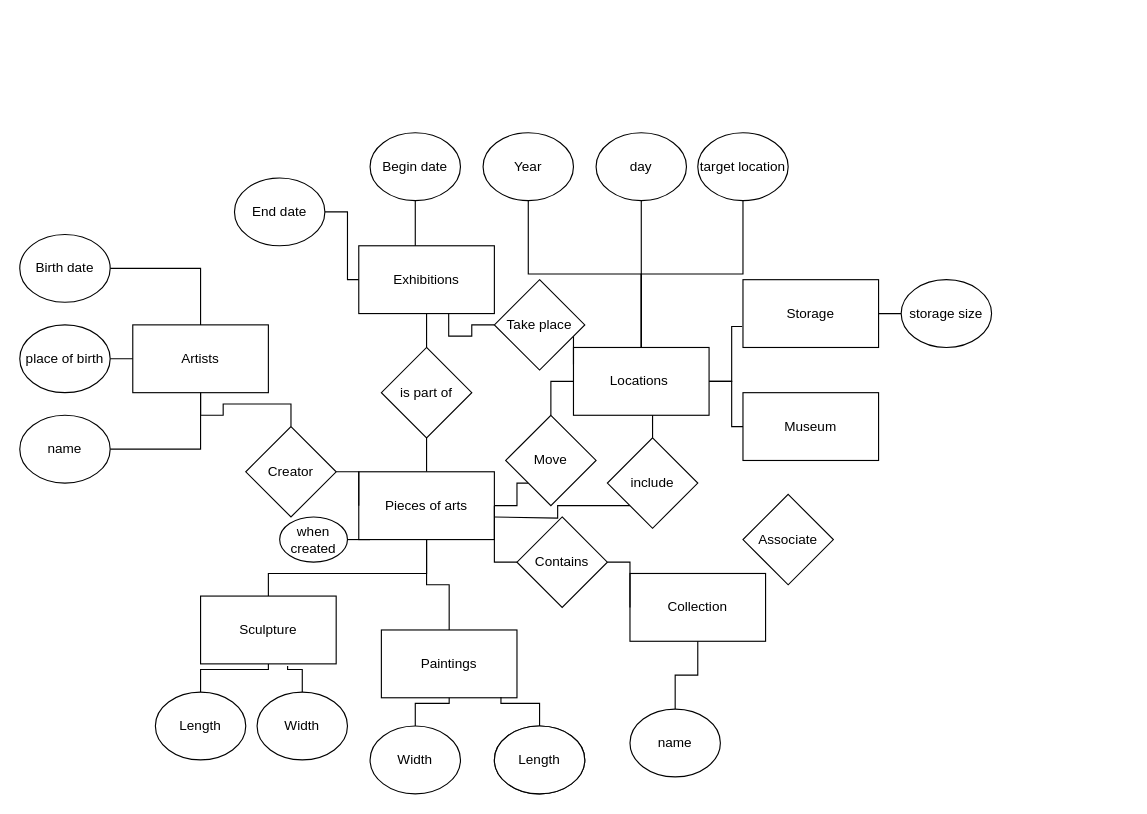
Above: arts.drawio in KhalyHackerman/databases_p1 (draw.io), before the change. Source tidied: cells renumbered, new cells numbered last; positions are measured from the earlier drawing's top-left corner, leaving out a move shared by most shapes. Both pictures are drawn from the tidied source at 113%, with x=0, y=0 at pixel (19, 132).
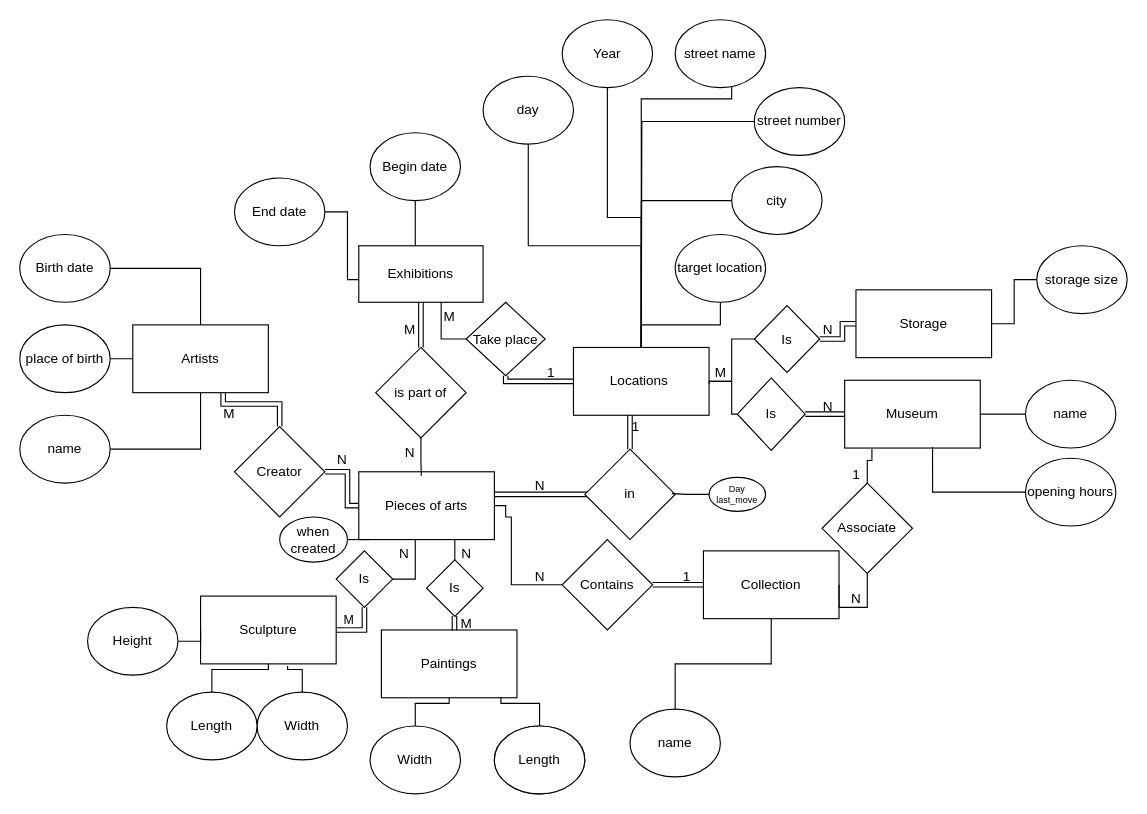
The same diagram, later.

Commit message:
Mettre à jour arts.drawio

Unchanged cells that the change refers to:
```xml
<mxCell id="5" value="Pieces of arts" style="rounded=0;whiteSpace=wrap;html=1;" parent="1" vertex="1">
  <mxGeometry x="300" y="300" width="120" height="60" as="geometry" />
</mxCell>
<mxCell id="6" value="Artists" style="rounded=0;whiteSpace=wrap;html=1;" parent="1" vertex="1">
  <mxGeometry x="100" y="170" width="120" height="60" as="geometry" />
</mxCell>
<mxCell id="10" value="Locations&amp;nbsp;" style="rounded=0;whiteSpace=wrap;html=1;" parent="1" vertex="1">
  <mxGeometry x="490" y="190" width="120" height="60" as="geometry" />
</mxCell>
<mxCell id="13" value="Paintings" style="whiteSpace=wrap;html=1;" parent="1" vertex="1">
  <mxGeometry x="320" y="440" width="120" height="60" as="geometry" />
</mxCell>
<mxCell id="15" value="Sculpture" style="whiteSpace=wrap;html=1;" parent="1" vertex="1">
  <mxGeometry x="160" y="410" width="120" height="60" as="geometry" />
</mxCell>
```

Change to the diagram source:
```diff
@@
-    <mxCell id="2" style="edgeStyle=orthogonalEdgeStyle;rounded=0;jettySize=auto;html=1;endArrow=none;startFill=0;" parent="1" edge="1" source="5" target="13">
-      <mxGeometry relative="1" as="geometry" />
-    </mxCell>
-    <mxCell id="3" style="edgeStyle=orthogonalEdgeStyle;rounded=0;jettySize=auto;html=1;entryX=0;entryY=1;entryDx=0;entryDy=0;endArrow=none;startFill=0;" parent="1" edge="1" source="5" target="24">
-      <mxGeometry relative="1" as="geometry" />
+    <mxCell id="3" style="edgeStyle=orthogonalEdgeStyle;rounded=0;orthogonalLoop=1;jettySize=auto;html=1;entryX=0;entryY=1;entryDx=0;entryDy=0;endArrow=none;startFill=0;shape=link;" parent="1" edge="1">
+      <mxGeometry relative="1" as="geometry">
+        <mxPoint x="420" y="320" as="sourcePoint" />
+        <mxPoint x="520" y="320" as="targetPoint" />
+      </mxGeometry>
     </mxCell>
-    <mxCell id="4" style="edgeStyle=orthogonalEdgeStyle;rounded=0;jettySize=auto;html=1;endArrow=none;startFill=0;" parent="1" edge="1" source="5" target="26">
-      <mxGeometry relative="1" as="geometry" />
-    </mxCell>
@@
     <mxCell id="7" value="Exhibitions" style="rounded=0;whiteSpace=wrap;html=1;" parent="1" vertex="1">
-      <mxGeometry x="300" y="100" width="120" height="60" as="geometry" />
+      <mxGeometry x="300" y="100" width="110" height="50" as="geometry" />
     </mxCell>
-    <mxCell id="8" style="edgeStyle=orthogonalEdgeStyle;rounded=0;jettySize=auto;html=1;entryX=-0.006;entryY=0.69;entryDx=0;entryDy=0;entryPerimeter=0;endArrow=none;startFill=0;" parent="1" edge="1" source="10" target="11">
-      <mxGeometry relative="1" as="geometry" />
-    </mxCell>
-    <mxCell id="9" style="edgeStyle=orthogonalEdgeStyle;rounded=0;jettySize=auto;html=1;endArrow=none;startFill=0;" parent="1" edge="1" source="10" target="12">
-      <mxGeometry relative="1" as="geometry" />
-    </mxCell>
@@
     <mxCell id="11" value="Storage" style="rounded=0;whiteSpace=wrap;html=1;" parent="1" vertex="1">
-      <mxGeometry x="640" y="130" width="120" height="60" as="geometry" />
+      <mxGeometry x="740" y="139" width="120" height="60" as="geometry" />
     </mxCell>
     <mxCell id="12" value="Museum" style="rounded=0;whiteSpace=wrap;html=1;" parent="1" vertex="1">
-      <mxGeometry x="640" y="230" width="120" height="60" as="geometry" />
+      <mxGeometry x="730" y="219" width="120" height="60" as="geometry" />
     </mxCell>
@@
-    <mxCell id="14" style="edgeStyle=orthogonalEdgeStyle;rounded=0;jettySize=auto;html=1;endArrow=none;startFill=0;" parent="1" edge="1" source="15">
-      <mxGeometry relative="1" as="geometry">
-        <mxPoint x="360" y="360" as="targetPoint" />
-        <Array as="points">
-          <mxPoint x="220" y="390" />
-          <mxPoint x="360" y="390" />
-          <mxPoint x="360" y="360" />
-        </Array>
-      </mxGeometry>
-    </mxCell>
@@
     <mxCell id="16" value="Collection" style="whiteSpace=wrap;html=1;" parent="1" vertex="1">
-      <mxGeometry x="540" y="390" width="120" height="60" as="geometry" />
+      <mxGeometry x="605" y="370" width="120" height="60" as="geometry" />
     </mxCell>
-    <mxCell id="17" style="edgeStyle=orthogonalEdgeStyle;rounded=0;jettySize=auto;html=1;endArrow=none;startFill=0;" parent="1" edge="1" source="19" target="6">
-      <mxGeometry relative="1" as="geometry" />
+    <mxCell id="17" style="edgeStyle=orthogonalEdgeStyle;rounded=0;jettySize=auto;html=1;endArrow=none;startFill=0;shape=link;" parent="1" edge="1" source="19" target="6">
+      <mxGeometry relative="1" as="geometry">
+        <Array as="points">
+          <mxPoint x="230" y="240" />
+          <mxPoint x="180" y="240" />
+        </Array>
+      </mxGeometry>
     </mxCell>
-    <mxCell id="18" style="edgeStyle=orthogonalEdgeStyle;rounded=0;jettySize=auto;html=1;endArrow=none;startFill=0;" parent="1" edge="1" source="19" target="5">
+    <mxCell id="18" style="edgeStyle=orthogonalEdgeStyle;rounded=0;jettySize=auto;html=1;endArrow=none;startFill=0;shape=link;" parent="1" edge="1" source="19" target="5">
       <mxGeometry relative="1" as="geometry" />
     </mxCell>
     <mxCell id="19" value="Creator" style="rhombus;whiteSpace=wrap;html=1;" parent="1" vertex="1">
-      <mxGeometry x="200" y="260" width="80" height="80" as="geometry" />
+      <mxGeometry x="190" y="260" width="80" height="80" as="geometry" />
     </mxCell>
-    <mxCell id="20" style="edgeStyle=orthogonalEdgeStyle;rounded=0;jettySize=auto;html=1;entryX=0;entryY=0.25;entryDx=0;entryDy=0;endArrow=none;startFill=0;" parent="1" edge="1" source="22" target="10">
+    <mxCell id="20" style="edgeStyle=orthogonalEdgeStyle;rounded=0;jettySize=auto;html=1;entryX=0;entryY=0.5;entryDx=0;entryDy=0;endArrow=none;startFill=0;exitX=0.5;exitY=1;exitDx=0;exitDy=0;shape=link;" parent="1" edge="1" source="22" target="10">
       <mxGeometry relative="1" as="geometry">
         <Array as="points">
-          <mxPoint x="490" y="205" />
-          <mxPoint x="490" y="205" />
+          <mxPoint x="430" y="220" />
         </Array>
       </mxGeometry>
     </mxCell>
@@
     <mxCell id="22" value="Take place" style="rhombus;whiteSpace=wrap;html=1;" parent="1" vertex="1">
-      <mxGeometry x="420" y="130" width="80" height="80" as="geometry" />
+      <mxGeometry x="395" y="150" width="70" height="65" as="geometry" />
     </mxCell>
-    <mxCell id="23" style="edgeStyle=orthogonalEdgeStyle;rounded=0;jettySize=auto;html=1;entryX=0;entryY=0.5;entryDx=0;entryDy=0;endArrow=none;startFill=0;" parent="1" edge="1" source="24" target="10">
-      <mxGeometry relative="1" as="geometry" />
+    <mxCell id="23" style="edgeStyle=orthogonalEdgeStyle;rounded=0;jettySize=auto;html=1;endArrow=none;startFill=0;shape=link;" parent="1" edge="1" source="24">
+      <mxGeometry relative="1" as="geometry">
+        <mxPoint x="540" y="250" as="targetPoint" />
+        <Array as="points">
+          <mxPoint x="540" y="250" />
+        </Array>
+      </mxGeometry>
     </mxCell>
-    <mxCell id="24" value="Move" style="rhombus;whiteSpace=wrap;html=1;" parent="1" vertex="1">
-      <mxGeometry x="430" y="250" width="80" height="80" as="geometry" />
+    <mxCell id="24" value="in" style="rhombus;whiteSpace=wrap;html=1;" parent="1" vertex="1">
+      <mxGeometry x="500" y="280" width="80" height="80" as="geometry" />
     </mxCell>
-    <mxCell id="25" style="edgeStyle=orthogonalEdgeStyle;rounded=0;jettySize=auto;html=1;endArrow=none;startFill=0;" parent="1" edge="1" source="26" target="7">
+    <mxCell id="25" style="edgeStyle=orthogonalEdgeStyle;rounded=0;jettySize=auto;html=1;endArrow=none;startFill=0;shape=link;" parent="1" edge="1" source="26" target="7">
       <mxGeometry relative="1" as="geometry" />
     </mxCell>
     <mxCell id="26" value="is part of" style="rhombus;whiteSpace=wrap;html=1;" parent="1" vertex="1">
-      <mxGeometry x="320" y="190" width="80" height="80" as="geometry" />
+      <mxGeometry x="315" y="190" width="80" height="80" as="geometry" />
     </mxCell>
+    <mxCell id="65" style="edgeStyle=orthogonalEdgeStyle;rounded=0;jettySize=auto;html=1;endArrow=none;startFill=0;entryX=1;entryY=0.5;entryDx=0;entryDy=0;" parent="1" edge="1" source="27" target="16">
+      <mxGeometry relative="1" as="geometry">
+        <Array as="points">
+          <mxPoint x="750" y="420" />
+        </Array>
+      </mxGeometry>
+    </mxCell>
+    <mxCell id="66" style="edgeStyle=orthogonalEdgeStyle;rounded=0;jettySize=auto;html=1;entryX=0.201;entryY=1.013;entryDx=0;entryDy=0;entryPerimeter=0;endArrow=none;startFill=0;" parent="1" edge="1" source="27" target="12">
+      <mxGeometry relative="1" as="geometry" />
+    </mxCell>
     <mxCell id="27" value="Associate" style="rhombus;whiteSpace=wrap;html=1;" parent="1" vertex="1">
-      <mxGeometry x="640" y="320" width="80" height="80" as="geometry" />
+      <mxGeometry x="710" y="310" width="80" height="80" as="geometry" />
     </mxCell>
-    <mxCell id="28" style="edgeStyle=orthogonalEdgeStyle;rounded=0;jettySize=auto;html=1;endArrow=none;startFill=0;" parent="1" edge="1" source="30" target="16">
+    <mxCell id="28" style="edgeStyle=orthogonalEdgeStyle;rounded=0;jettySize=auto;html=1;endArrow=none;startFill=0;shape=link;" parent="1" edge="1" source="30" target="16">
       <mxGeometry relative="1" as="geometry" />
     </mxCell>
     <mxCell id="29" style="edgeStyle=orthogonalEdgeStyle;rounded=0;jettySize=auto;html=1;endArrow=none;startFill=0;" parent="1" edge="1" source="30" target="5">
-      <mxGeometry relative="1" as="geometry" />
+      <mxGeometry relative="1" as="geometry">
+        <Array as="points">
+          <mxPoint x="435" y="400" />
+          <mxPoint x="435" y="340" />
+          <mxPoint x="430" y="340" />
+          <mxPoint x="430" y="330" />
+        </Array>
+      </mxGeometry>
     </mxCell>
     <mxCell id="30" value="Contains" style="rhombus;whiteSpace=wrap;html=1;" parent="1" vertex="1">
-      <mxGeometry x="440" y="340" width="80" height="80" as="geometry" />
+      <mxGeometry x="480" y="360" width="80" height="80" as="geometry" />
     </mxCell>
@@
     <mxCell id="46" value="Length" style="ellipse;whiteSpace=wrap;html=1;" parent="1" vertex="1">
-      <mxGeometry x="120" y="495" width="80" height="60" as="geometry" />
+      <mxGeometry x="130" y="495" width="80" height="60" as="geometry" />
     </mxCell>
@@
     <mxCell id="49" value="Year" style="ellipse;whiteSpace=wrap;html=1;" parent="1" vertex="1">
-      <mxGeometry x="410" width="80" height="60" as="geometry" />
+      <mxGeometry x="480" y="-100" width="80" height="60" as="geometry" />
     </mxCell>
@@
     <mxCell id="51" value="day" style="ellipse;whiteSpace=wrap;html=1;" parent="1" vertex="1">
-      <mxGeometry x="510" width="80" height="60" as="geometry" />
+      <mxGeometry x="410" y="-50" width="80" height="60" as="geometry" />
     </mxCell>
@@
     <mxCell id="53" value="target location" style="ellipse;whiteSpace=wrap;html=1;" parent="1" vertex="1">
-      <mxGeometry x="600" width="80" height="60" as="geometry" />
+      <mxGeometry x="580" y="90" width="80" height="60" as="geometry" />
     </mxCell>
@@
-    <mxCell id="60" style="edgeStyle=orthogonalEdgeStyle;rounded=0;jettySize=auto;html=1;endArrow=none;startFill=0;" parent="1" edge="1" source="62">
-      <mxGeometry relative="1" as="geometry">
-        <mxPoint x="420" y="340" as="targetPoint" />
-        <Array as="points">
-          <mxPoint x="476" y="330" />
-          <mxPoint x="476" y="341" />
-        </Array>
-      </mxGeometry>
-    </mxCell>
-    <mxCell id="61" style="edgeStyle=orthogonalEdgeStyle;rounded=0;jettySize=auto;html=1;entryX=0.583;entryY=1.05;entryDx=0;entryDy=0;entryPerimeter=0;endArrow=none;startFill=0;" parent="1" edge="1" source="62" target="10">
-      <mxGeometry relative="1" as="geometry" />
-    </mxCell>
-    <mxCell id="62" value="include" style="rhombus;whiteSpace=wrap;html=1;" parent="1" vertex="1">
-      <mxGeometry x="520" y="270" width="80" height="80" as="geometry" />
-    </mxCell>
@@
     <mxCell id="64" value="storage size" style="ellipse;whiteSpace=wrap;html=1;" parent="1" vertex="1">
-      <mxGeometry x="780" y="130" width="80" height="60" as="geometry" />
+      <mxGeometry x="900" y="100" width="80" height="60" as="geometry" />
     </mxCell>
+    <mxCell id="67" style="edgeStyle=orthogonalEdgeStyle;rounded=0;jettySize=auto;html=1;endArrow=none;startFill=0;" parent="1" edge="1" source="68" target="15">
+      <mxGeometry relative="1" as="geometry" />
+    </mxCell>
+    <mxCell id="68" value="Height" style="ellipse;whiteSpace=wrap;html=1;" parent="1" vertex="1">
+      <mxGeometry x="60" y="420" width="80" height="60" as="geometry" />
+    </mxCell>
+    <mxCell id="69" style="edgeStyle=orthogonalEdgeStyle;rounded=0;jettySize=auto;html=1;endArrow=none;startFill=0;" parent="1" edge="1" source="70" target="12">
+      <mxGeometry relative="1" as="geometry" />
+    </mxCell>
+    <mxCell id="70" value="name" style="ellipse;whiteSpace=wrap;html=1;" parent="1" vertex="1">
+      <mxGeometry x="890" y="219" width="80" height="60" as="geometry" />
+    </mxCell>
+    <mxCell id="71" style="edgeStyle=orthogonalEdgeStyle;rounded=0;jettySize=auto;html=1;entryX=0.648;entryY=0.99;entryDx=0;entryDy=0;entryPerimeter=0;endArrow=none;startFill=0;" parent="1" edge="1" source="72" target="12">
+      <mxGeometry relative="1" as="geometry" />
+    </mxCell>
+    <mxCell id="72" value="opening hours" style="ellipse;whiteSpace=wrap;html=1;" parent="1" vertex="1">
+      <mxGeometry x="890" y="288" width="80" height="60" as="geometry" />
+    </mxCell>
+    <mxCell id="73" style="edgeStyle=orthogonalEdgeStyle;rounded=0;jettySize=auto;html=1;entryX=0.5;entryY=0;entryDx=0;entryDy=0;endArrow=none;startFill=0;" parent="1" edge="1" source="74" target="10">
+      <mxGeometry relative="1" as="geometry" />
+    </mxCell>
+    <mxCell id="74" value="city" style="ellipse;whiteSpace=wrap;html=1;" parent="1" vertex="1">
+      <mxGeometry x="630" y="30" width="80" height="60" as="geometry" />
+    </mxCell>
+    <mxCell id="75" style="edgeStyle=orthogonalEdgeStyle;rounded=0;jettySize=auto;html=1;endArrow=none;startFill=0;" parent="1" edge="1" source="76">
+      <mxGeometry relative="1" as="geometry">
+        <mxPoint x="550" y="190" as="targetPoint" />
+        <Array as="points">
+          <mxPoint x="630" y="-30" />
+          <mxPoint x="550" y="-30" />
+        </Array>
+      </mxGeometry>
+    </mxCell>
+    <mxCell id="76" value="street name" style="ellipse;whiteSpace=wrap;html=1;" parent="1" vertex="1">
+      <mxGeometry x="580" y="-100" width="80" height="60" as="geometry" />
+    </mxCell>
+    <mxCell id="77" style="edgeStyle=orthogonalEdgeStyle;rounded=0;jettySize=auto;html=1;entryX=0.633;entryY=0.033;entryDx=0;entryDy=0;entryPerimeter=0;endArrow=none;startFill=0;exitX=0;exitY=0.5;exitDx=0;exitDy=0;" parent="1" edge="1" source="78">
+      <mxGeometry relative="1" as="geometry">
+        <mxPoint x="550" y="190" as="targetPoint" />
+      </mxGeometry>
+    </mxCell>
+    <mxCell id="78" value="street number" style="ellipse;whiteSpace=wrap;html=1;" parent="1" vertex="1">
+      <mxGeometry x="650" y="-40" width="80" height="60" as="geometry" />
+    </mxCell>
+    <mxCell id="79" style="edgeStyle=orthogonalEdgeStyle;rounded=0;jettySize=auto;html=1;entryX=0;entryY=0.5;entryDx=0;entryDy=0;endArrow=none;startFill=0;shape=link;" parent="1" edge="1" source="81" target="12">
+      <mxGeometry relative="1" as="geometry">
+        <Array as="points">
+          <mxPoint x="710" y="249" />
+        </Array>
+      </mxGeometry>
+    </mxCell>
+    <mxCell id="80" style="edgeStyle=orthogonalEdgeStyle;rounded=0;jettySize=auto;html=1;endArrow=none;startFill=0;" parent="1" edge="1" source="81">
+      <mxGeometry relative="1" as="geometry">
+        <mxPoint x="610" y="222" as="targetPoint" />
+        <Array as="points">
+          <mxPoint x="630" y="249" />
+          <mxPoint x="630" y="220" />
+          <mxPoint x="610" y="220" />
+        </Array>
+      </mxGeometry>
+    </mxCell>
+    <mxCell id="81" value="Is" style="rhombus;whiteSpace=wrap;html=1;" parent="1" vertex="1">
+      <mxGeometry x="635" y="217" width="60" height="64" as="geometry" />
+    </mxCell>
+    <mxCell id="82" style="edgeStyle=orthogonalEdgeStyle;rounded=0;jettySize=auto;html=1;entryX=0;entryY=0.5;entryDx=0;entryDy=0;endArrow=none;startFill=0;shape=link;" parent="1" edge="1" source="84" target="11">
+      <mxGeometry relative="1" as="geometry" />
+    </mxCell>
+    <mxCell id="83" style="edgeStyle=orthogonalEdgeStyle;rounded=0;jettySize=auto;html=1;entryX=1;entryY=0.5;entryDx=0;entryDy=0;endArrow=none;startFill=0;" parent="1" edge="1" source="84" target="10">
+      <mxGeometry relative="1" as="geometry" />
+    </mxCell>
+    <mxCell id="84" value="Is" style="rhombus;whiteSpace=wrap;html=1;" parent="1" vertex="1">
+      <mxGeometry x="650" y="153" width="58" height="59" as="geometry" />
+    </mxCell>
+    <mxCell id="85" style="edgeStyle=orthogonalEdgeStyle;rounded=0;jettySize=auto;html=1;endArrow=none;startFill=0;shape=link;" parent="1" edge="1" source="87">
+      <mxGeometry relative="1" as="geometry">
+        <mxPoint x="280" y="440" as="targetPoint" />
+      </mxGeometry>
+    </mxCell>
+    <mxCell id="86" value="M" style="edgeLabel;html=1;align=center;verticalAlign=middle;" parent="85" vertex="1">
+      <mxGeometry x="0.58" y="-9" relative="1" as="geometry">
+        <mxPoint x="1" y="-1" as="offset" />
+      </mxGeometry>
+    </mxCell>
+    <mxCell id="87" value="Is" style="rhombus;whiteSpace=wrap;html=1;" parent="1" vertex="1">
+      <mxGeometry x="280" y="370" width="50" height="50" as="geometry" />
+    </mxCell>
+    <mxCell id="88" value="Is" style="rhombus;whiteSpace=wrap;html=1;" parent="1" vertex="1">
+      <mxGeometry x="360" y="378" width="50" height="50" as="geometry" />
+    </mxCell>
+    <mxCell id="89" value="N" style="text;html=1;align=center;verticalAlign=middle;strokeColor=none;fillColor=none;" parent="1" vertex="1">
+      <mxGeometry x="445" y="298" width="30" height="30" as="geometry" />
+    </mxCell>
+    <mxCell id="90" value="1" style="text;html=1;align=center;verticalAlign=middle;strokeColor=none;fillColor=none;rotation=0;" parent="1" vertex="1">
+      <mxGeometry x="530" y="245" width="30" height="30" as="geometry" />
+    </mxCell>
+    <mxCell id="91" value="1" style="text;html=1;align=center;verticalAlign=middle;strokeColor=none;fillColor=none;" parent="1" vertex="1">
+      <mxGeometry x="575" y="378" width="30" height="30" as="geometry" />
+    </mxCell>
+    <mxCell id="92" value="N" style="text;html=1;align=center;verticalAlign=middle;strokeColor=none;fillColor=none;" parent="1" vertex="1">
+      <mxGeometry x="445" y="378" width="30" height="30" as="geometry" />
+    </mxCell>
+    <mxCell id="93" value="N" style="text;html=1;align=center;verticalAlign=middle;strokeColor=none;fillColor=none;" parent="1" vertex="1">
+      <mxGeometry x="330" y="268" width="30" height="30" as="geometry" />
+    </mxCell>
+    <mxCell id="94" value="M" style="text;html=1;align=center;verticalAlign=middle;strokeColor=none;fillColor=none;" parent="1" vertex="1">
+      <mxGeometry x="330" y="160" width="30" height="30" as="geometry" />
+    </mxCell>
+    <mxCell id="95" style="edgeStyle=orthogonalEdgeStyle;rounded=0;jettySize=auto;html=1;entryX=0.461;entryY=0.059;entryDx=0;entryDy=0;entryPerimeter=0;endArrow=none;startFill=0;" parent="1" edge="1" source="26" target="5">
+      <mxGeometry relative="1" as="geometry" />
+    </mxCell>
+    <mxCell id="96" value="1" style="text;html=1;align=center;verticalAlign=middle;strokeColor=none;fillColor=none;" parent="1" vertex="1">
+      <mxGeometry x="455" y="198" width="30" height="30" as="geometry" />
+    </mxCell>
+    <mxCell id="97" value="M" style="text;html=1;align=center;verticalAlign=middle;strokeColor=none;fillColor=none;" parent="1" vertex="1">
+      <mxGeometry x="365" y="148" width="30" height="30" as="geometry" />
+    </mxCell>
+    <mxCell id="98" value="M" style="text;html=1;align=center;verticalAlign=middle;strokeColor=none;fillColor=none;" parent="1" vertex="1">
+      <mxGeometry x="170" y="234" width="30" height="30" as="geometry" />
+    </mxCell>
+    <mxCell id="99" value="N" style="text;html=1;align=center;verticalAlign=middle;strokeColor=none;fillColor=none;" parent="1" vertex="1">
+      <mxGeometry x="270" y="275" width="30" height="30" as="geometry" />
+    </mxCell>
+    <mxCell id="100" style="edgeStyle=orthogonalEdgeStyle;rounded=0;jettySize=auto;html=1;endArrow=none;startFill=0;exitX=1;exitY=0.5;exitDx=0;exitDy=0;" parent="1" edge="1" source="87">
+      <mxGeometry relative="1" as="geometry">
+        <mxPoint x="350" y="360" as="targetPoint" />
+        <Array as="points">
+          <mxPoint x="350" y="395" />
+        </Array>
+      </mxGeometry>
+    </mxCell>
+    <mxCell id="101" value="N" style="text;html=1;align=center;verticalAlign=middle;strokeColor=none;fillColor=none;" parent="1" vertex="1">
+      <mxGeometry x="325" y="358" width="30" height="30" as="geometry" />
+    </mxCell>
+    <mxCell id="102" style="edgeStyle=orthogonalEdgeStyle;rounded=0;jettySize=auto;html=1;endArrow=none;startFill=0;" parent="1" edge="1" source="88">
+      <mxGeometry relative="1" as="geometry">
+        <mxPoint x="385" y="360" as="targetPoint" />
+        <Array as="points">
+          <mxPoint x="385" y="360" />
+          <mxPoint x="385" y="360" />
+        </Array>
+      </mxGeometry>
+    </mxCell>
+    <mxCell id="103" style="edgeStyle=orthogonalEdgeStyle;rounded=0;jettySize=auto;html=1;entryX=0.539;entryY=0.006;entryDx=0;entryDy=0;entryPerimeter=0;endArrow=none;startFill=0;shape=link;" parent="1" edge="1" source="88" target="13">
+      <mxGeometry relative="1" as="geometry">
+        <Array as="points">
+          <mxPoint x="385" y="440" />
+          <mxPoint x="385" y="440" />
+        </Array>
+      </mxGeometry>
+    </mxCell>
+    <mxCell id="104" value="N" style="text;html=1;align=center;verticalAlign=middle;strokeColor=none;fillColor=none;" parent="1" vertex="1">
+      <mxGeometry x="380" y="358" width="30" height="30" as="geometry" />
+    </mxCell>
+    <mxCell id="105" value="M" style="text;html=1;align=center;verticalAlign=middle;strokeColor=none;fillColor=none;" parent="1" vertex="1">
+      <mxGeometry x="380" y="420" width="30" height="30" as="geometry" />
+    </mxCell>
+    <mxCell id="106" value="1" style="text;html=1;align=center;verticalAlign=middle;strokeColor=none;fillColor=none;" parent="1" vertex="1">
+      <mxGeometry x="725" y="288" width="30" height="30" as="geometry" />
+    </mxCell>
+    <mxCell id="107" value="N" style="text;html=1;align=center;verticalAlign=middle;strokeColor=none;fillColor=none;" parent="1" vertex="1">
+      <mxGeometry x="725" y="398" width="30" height="30" as="geometry" />
+    </mxCell>
+    <mxCell id="108" value="M" style="text;html=1;align=center;verticalAlign=middle;strokeColor=none;fillColor=none;" parent="1" vertex="1">
+      <mxGeometry x="605" y="198" width="30" height="30" as="geometry" />
+    </mxCell>
+    <mxCell id="109" value="N" style="text;html=1;align=center;verticalAlign=middle;strokeColor=none;fillColor=none;" parent="1" vertex="1">
+      <mxGeometry x="700" y="160" width="30" height="30" as="geometry" />
+    </mxCell>
+    <mxCell id="110" value="N" style="text;html=1;align=center;verticalAlign=middle;strokeColor=none;fillColor=none;" parent="1" vertex="1">
+      <mxGeometry x="700" y="228" width="30" height="30" as="geometry" />
+    </mxCell>
+    <mxCell id="111" value="Day last_move" style="ellipse;whiteSpace=wrap;html=1;fontSize=8;" parent="1" vertex="1">
+      <mxGeometry x="610" y="305" width="50" height="30" as="geometry" />
+    </mxCell>
+    <mxCell id="112" style="edgeStyle=orthogonalEdgeStyle;rounded=0;jettySize=auto;html=1;entryX=0.964;entryY=0.491;entryDx=0;entryDy=0;entryPerimeter=0;endArrow=none;startFill=0;" parent="1" edge="1" source="111" target="24">
+      <mxGeometry relative="1" as="geometry" />
+    </mxCell>
```
